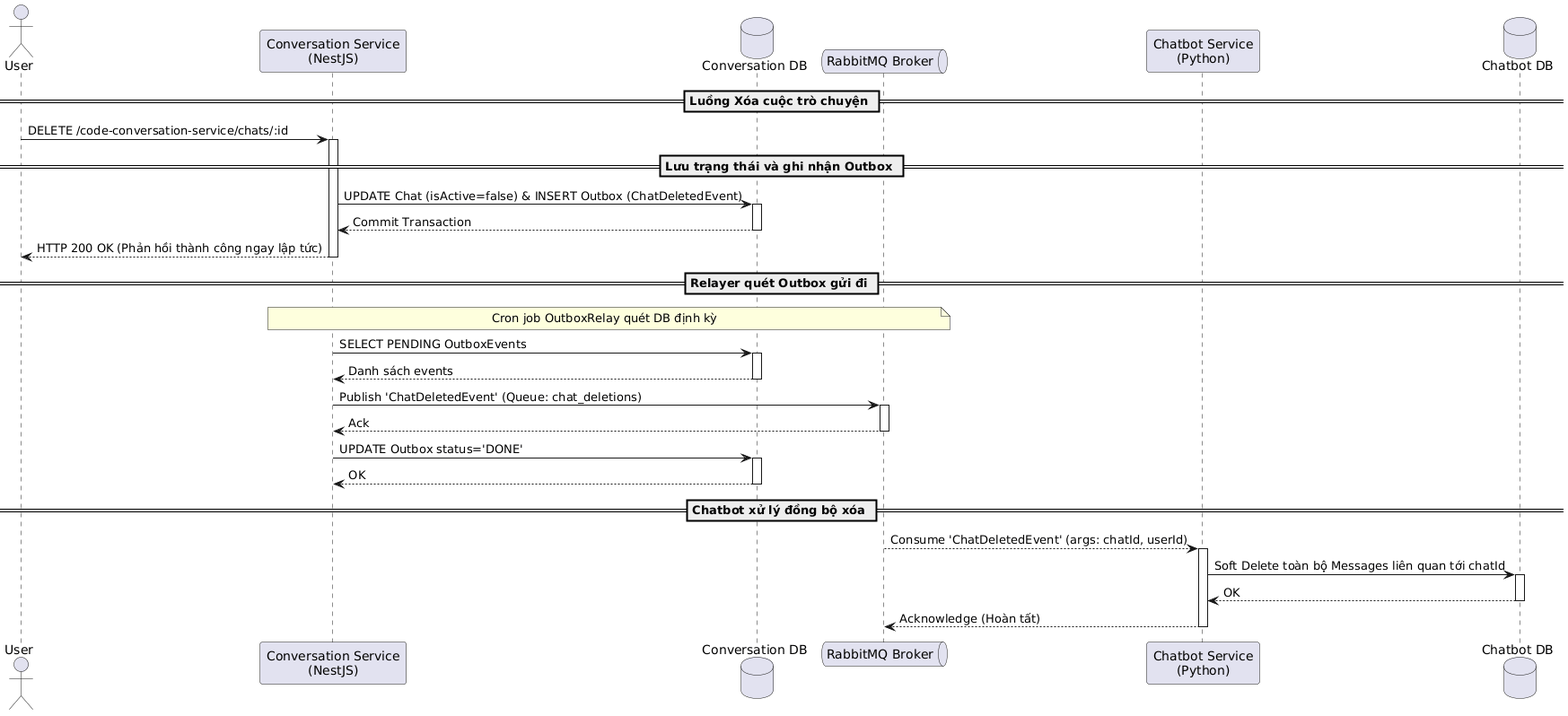
Above: latex/contents/Sequence/UML-Sequence-18.png in 20206205Tech/docs-latex (PlantUML), before the change. The source it was exported from:
```plantuml
@startuml
actor User as User
participant "Conversation Service\n(NestJS)" as Conv
database "Conversation DB" as ConvDB
queue "RabbitMQ Broker" as RabbitMQ
participant "Chatbot Service\n(Python)" as Chatbot
database "Chatbot DB" as ChatbotDB

== Luồng Xóa cuộc trò chuyện ==
User -> Conv: DELETE /code-conversation-service/chats/:id
activate Conv

== Lưu trạng thái và ghi nhận Outbox ==
Conv -> ConvDB: UPDATE Chat (isActive=false) & INSERT Outbox (ChatDeletedEvent)
activate ConvDB
ConvDB --> Conv: Commit Transaction
deactivate ConvDB

Conv --> User: HTTP 200 OK (Phản hồi thành công ngay lập tức)
deactivate Conv

== Relayer quét Outbox gửi đi ==
note over Conv, RabbitMQ: Cron job OutboxRelay quét DB định kỳ
Conv -> ConvDB: SELECT PENDING OutboxEvents
activate ConvDB
ConvDB --> Conv: Danh sách events
deactivate ConvDB

Conv -> RabbitMQ: Publish 'ChatDeletedEvent' (Queue: chat_deletions)
activate RabbitMQ
RabbitMQ --> Conv: Ack
deactivate RabbitMQ

Conv -> ConvDB: UPDATE Outbox status='DONE'
activate ConvDB
ConvDB --> Conv: OK
deactivate ConvDB

== Chatbot xử lý đồng bộ xóa ==
RabbitMQ --> Chatbot: Consume 'ChatDeletedEvent' (args: chatId, userId)
activate Chatbot

Chatbot -> ChatbotDB: Soft Delete toàn bộ Messages liên quan tới chatId
activate ChatbotDB
ChatbotDB --> Chatbot: OK
deactivate ChatbotDB

Chatbot --> RabbitMQ: Acknowledge (Hoàn tất)
deactivate Chatbot
@enduml
```
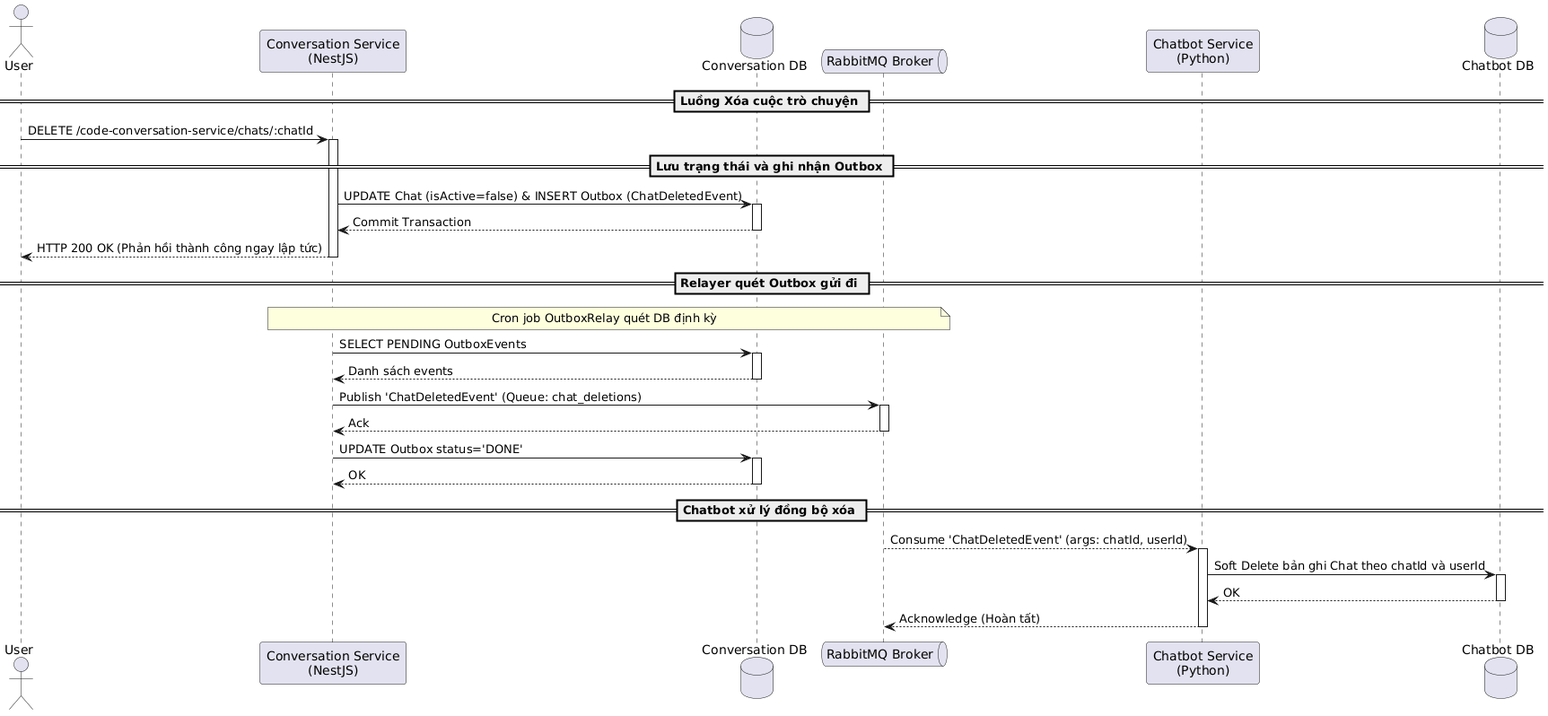
Later version of the same file.

What changed in the source:
```diff
@@ -7,7 +7,7 @@
 database "Chatbot DB" as ChatbotDB
 
 == Luồng Xóa cuộc trò chuyện ==
-User -> Conv: DELETE /code-conversation-service/chats/:id
+User -> Conv: DELETE /code-conversation-service/chats/:chatId
 activate Conv
 
 == Lưu trạng thái và ghi nhận Outbox ==
@@ -40,7 +40,7 @@
 RabbitMQ --> Chatbot: Consume 'ChatDeletedEvent' (args: chatId, userId)
 activate Chatbot
 
-Chatbot -> ChatbotDB: Soft Delete toàn bộ Messages liên quan tới chatId
+Chatbot -> ChatbotDB: Soft Delete bản ghi Chat theo chatId và userId
 activate ChatbotDB
 ChatbotDB --> Chatbot: OK
 deactivate ChatbotDB
```
